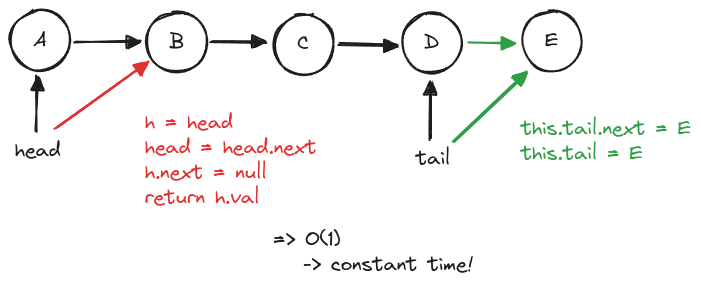
The Excalidraw diagram docs/sort/images/queue.excalidraw.png in ThomasCode92/fem-algorithms, before a commit. Source tidied: one line per element, renumbered; positions are measured from the earlier drawing's top-left corner, leaving out a move shared by most shapes. Source of this version:
```json
{"id": 0, "type": "ellipse", "strokeColor": "#1e1e1e", "strokeWidth": 2, "roughness": 1, "round": true, "x": 0, "y": 0, "width": 60, "height": 60}
{"id": 1, "type": "text", "text": "A", "strokeColor": "#1e1e1e", "strokeWidth": 2, "roughness": 1, "fontSize": 20, "fontFamily": 1, "textAlign": "center", "verticalAlign": "middle", "inside": 0, "x": 23, "y": 17, "width": 13, "height": 25}
{"id": 2, "type": "ellipse", "strokeColor": "#1e1e1e", "strokeWidth": 2, "roughness": 1, "round": true, "x": 137, "y": 2, "width": 60, "height": 60}
{"id": 3, "type": "text", "text": "B", "strokeColor": "#1e1e1e", "strokeWidth": 2, "roughness": 1, "fontSize": 20, "fontFamily": 1, "textAlign": "center", "verticalAlign": "middle", "inside": 2, "x": 160, "y": 19, "width": 15, "height": 25}
{"id": 4, "type": "ellipse", "strokeColor": "#1e1e1e", "strokeWidth": 2, "roughness": 1, "round": true, "x": 264, "y": 4, "width": 60, "height": 60}
{"id": 5, "type": "text", "text": "C", "strokeColor": "#1e1e1e", "strokeWidth": 2, "roughness": 1, "fontSize": 20, "fontFamily": 1, "textAlign": "center", "verticalAlign": "middle", "inside": 4, "x": 287, "y": 21, "width": 13, "height": 25}
{"id": 6, "type": "ellipse", "strokeColor": "#1e1e1e", "strokeWidth": 2, "roughness": 1, "round": true, "x": 392, "y": 3, "width": 60, "height": 60}
{"id": 7, "type": "text", "text": "D", "strokeColor": "#1e1e1e", "strokeWidth": 2, "roughness": 1, "fontSize": 20, "fontFamily": 1, "textAlign": "center", "verticalAlign": "middle", "inside": 6, "x": 414, "y": 20, "width": 16, "height": 25}
{"id": 8, "type": "ellipse", "strokeColor": "#1e1e1e", "strokeWidth": 2, "roughness": 1, "round": true, "x": 512, "y": 1, "width": 60, "height": 60}
{"id": 9, "type": "text", "text": "E", "strokeColor": "#1e1e1e", "strokeWidth": 2, "roughness": 1, "fontSize": 20, "fontFamily": 1, "textAlign": "center", "verticalAlign": "middle", "inside": 8, "x": 535, "y": 18, "width": 13, "height": 25}
{"id": 10, "type": "arrow", "strokeColor": "#1e1e1e", "strokeWidth": 2, "roughness": 1, "endArrowhead": "triangle", "round": true, "from": 0, "to": 2, "x": 65, "y": 32, "width": 65, "height": 1, "points": [[0, 0], [65, -1]]}
{"id": 11, "type": "arrow", "strokeColor": "#1e1e1e", "strokeWidth": 2, "roughness": 1, "endArrowhead": "triangle", "round": true, "from": 2, "to": 4, "x": 201, "y": 32, "width": 55, "height": 0, "points": [[0, 0], [55, 0]]}
{"id": 12, "type": "arrow", "strokeColor": "#1e1e1e", "strokeWidth": 2, "roughness": 1, "endArrowhead": "triangle", "round": true, "from": 4, "to": 6, "x": 329, "y": 34, "width": 57, "height": 1, "points": [[0, 0], [57, 1]]}
{"id": 13, "type": "text", "text": "head", "strokeColor": "#1e1e1e", "strokeWidth": 2, "roughness": 1, "fontSize": 20, "fontFamily": 1, "x": 5, "y": 128, "width": 46, "height": 25}
{"id": 14, "type": "text", "text": "tail", "strokeColor": "#1e1e1e", "strokeWidth": 2, "roughness": 1, "fontSize": 20, "fontFamily": 1, "x": 406, "y": 136, "width": 34, "height": 25}
{"id": 15, "type": "arrow", "strokeColor": "#1e1e1e", "strokeWidth": 2, "roughness": 1, "endArrowhead": "triangle", "round": true, "from": 13, "to": 0, "x": 26, "y": 121, "width": 1, "height": 55, "points": [[0, 0], [1, -55]]}
{"id": 16, "type": "arrow", "strokeColor": "#1e1e1e", "strokeWidth": 2, "roughness": 1, "endArrowhead": "triangle", "round": true, "from": 14, "to": 6, "x": 421, "y": 129, "width": 1, "height": 57, "points": [[0, 0], [-1, -57]]}
{"id": 17, "type": "arrow", "strokeColor": "#2f9e44", "strokeWidth": 2, "roughness": 1, "endArrowhead": "triangle", "round": true, "from": 6, "to": 8, "x": 459, "y": 32, "width": 46, "height": 1, "points": [[0, 0], [46, 1]]}
{"id": 18, "type": "arrow", "strokeColor": "#2f9e44", "strokeWidth": 2, "roughness": 1, "endArrowhead": "triangle", "round": true, "from": 14, "to": 8, "x": 444, "y": 131, "width": 73, "height": 69, "points": [[0, 0], [73, -69]]}
{"id": 19, "type": "text", "text": "this.tail.next = E\nthis.tail = E", "strokeColor": "#2f9e44", "strokeWidth": 2, "roughness": 1, "fontSize": 20, "fontFamily": 1, "x": 511, "y": 106, "width": 170, "height": 50}
{"id": 20, "type": "arrow", "strokeColor": "#e03131", "strokeWidth": 2, "roughness": 1, "endArrowhead": "triangle", "round": true, "from": 13, "to": 2, "x": 45, "y": 118, "width": 93, "height": 66, "points": [[0, 0], [93, -66]]}
{"id": 21, "type": "text", "text": "h = head\nhead = head.next\nh.next = null\nreturn h.val", "strokeColor": "#e03131", "strokeWidth": 2, "roughness": 1, "fontSize": 20, "fontFamily": 1, "x": 135, "y": 100, "width": 172, "height": 100}
{"id": 22, "type": "text", "text": "=> O(1)\n   -> constant time!", "strokeColor": "#1e1e1e", "strokeWidth": 2, "roughness": 1, "fontSize": 20, "fontFamily": 1, "x": 263, "y": 217, "width": 200, "height": 50}
```
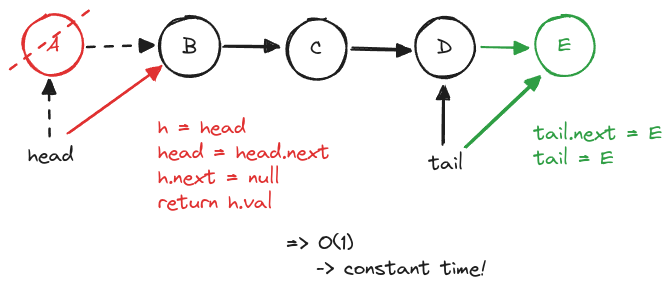
After the change.

Commit message:
Update Queue and Stack Schemas

Change to the diagram source:
```diff
@@ -1,23 +1,24 @@
-{"id": 0, "type": "ellipse", "strokeColor": "#1e1e1e", "strokeWidth": 2, "roughness": 1, "round": true, "x": 0, "y": 0, "width": 60, "height": 60}
+{"id": 0, "type": "ellipse", "strokeColor": "#e03131", "strokeWidth": 2, "roughness": 1, "round": true, "x": 0, "y": 0, "width": 60, "height": 60}
-{"id": 1, "type": "text", "text": "A", "strokeColor": "#1e1e1e", "strokeWidth": 2, "roughness": 1, "fontSize": 20, "fontFamily": 1, "textAlign": "center", "verticalAlign": "middle", "inside": 0, "x": 23, "y": 17, "width": 13, "height": 25}
+{"id": 1, "type": "text", "text": "A", "strokeColor": "#e03131", "strokeWidth": 2, "roughness": 1, "fontSize": 20, "fontFamily": 1, "textAlign": "center", "verticalAlign": "middle", "inside": 0, "x": 23, "y": 17, "width": 13, "height": 25}
 {"id": 2, "type": "ellipse", "strokeColor": "#1e1e1e", "strokeWidth": 2, "roughness": 1, "round": true, "x": 137, "y": 2, "width": 60, "height": 60}
 {"id": 3, "type": "text", "text": "B", "strokeColor": "#1e1e1e", "strokeWidth": 2, "roughness": 1, "fontSize": 20, "fontFamily": 1, "textAlign": "center", "verticalAlign": "middle", "inside": 2, "x": 160, "y": 19, "width": 15, "height": 25}
 {"id": 4, "type": "ellipse", "strokeColor": "#1e1e1e", "strokeWidth": 2, "roughness": 1, "round": true, "x": 264, "y": 4, "width": 60, "height": 60}
 {"id": 5, "type": "text", "text": "C", "strokeColor": "#1e1e1e", "strokeWidth": 2, "roughness": 1, "fontSize": 20, "fontFamily": 1, "textAlign": "center", "verticalAlign": "middle", "inside": 4, "x": 287, "y": 21, "width": 13, "height": 25}
 {"id": 6, "type": "ellipse", "strokeColor": "#1e1e1e", "strokeWidth": 2, "roughness": 1, "round": true, "x": 392, "y": 3, "width": 60, "height": 60}
 {"id": 7, "type": "text", "text": "D", "strokeColor": "#1e1e1e", "strokeWidth": 2, "roughness": 1, "fontSize": 20, "fontFamily": 1, "textAlign": "center", "verticalAlign": "middle", "inside": 6, "x": 414, "y": 20, "width": 16, "height": 25}
-{"id": 8, "type": "ellipse", "strokeColor": "#1e1e1e", "strokeWidth": 2, "roughness": 1, "round": true, "x": 512, "y": 1, "width": 60, "height": 60}
+{"id": 8, "type": "ellipse", "strokeColor": "#2f9e44", "strokeWidth": 2, "roughness": 1, "round": true, "x": 512, "y": 1, "width": 60, "height": 60}
-{"id": 9, "type": "text", "text": "E", "strokeColor": "#1e1e1e", "strokeWidth": 2, "roughness": 1, "fontSize": 20, "fontFamily": 1, "textAlign": "center", "verticalAlign": "middle", "inside": 8, "x": 535, "y": 18, "width": 13, "height": 25}
+{"id": 9, "type": "text", "text": "E", "strokeColor": "#2f9e44", "strokeWidth": 2, "roughness": 1, "fontSize": 20, "fontFamily": 1, "textAlign": "center", "verticalAlign": "middle", "inside": 8, "x": 535, "y": 18, "width": 13, "height": 25}
-{"id": 10, "type": "arrow", "strokeColor": "#1e1e1e", "strokeWidth": 2, "roughness": 1, "endArrowhead": "triangle", "round": true, "from": 0, "to": 2, "x": 65, "y": 32, "width": 65, "height": 1, "points": [[0, 0], [65, -1]]}
+{"id": 10, "type": "arrow", "strokeColor": "#1e1e1e", "strokeWidth": 2, "strokeStyle": "dashed", "roughness": 1, "endArrowhead": "triangle", "round": true, "from": 0, "to": 2, "x": 65, "y": 32, "width": 65, "height": 1, "points": [[0, 0], [65, -1]]}
 {"id": 11, "type": "arrow", "strokeColor": "#1e1e1e", "strokeWidth": 2, "roughness": 1, "endArrowhead": "triangle", "round": true, "from": 2, "to": 4, "x": 201, "y": 32, "width": 55, "height": 0, "points": [[0, 0], [55, 0]]}
 {"id": 12, "type": "arrow", "strokeColor": "#1e1e1e", "strokeWidth": 2, "roughness": 1, "endArrowhead": "triangle", "round": true, "from": 4, "to": 6, "x": 329, "y": 34, "width": 57, "height": 1, "points": [[0, 0], [57, 1]]}
 {"id": 13, "type": "text", "text": "head", "strokeColor": "#1e1e1e", "strokeWidth": 2, "roughness": 1, "fontSize": 20, "fontFamily": 1, "x": 5, "y": 128, "width": 46, "height": 25}
 {"id": 14, "type": "text", "text": "tail", "strokeColor": "#1e1e1e", "strokeWidth": 2, "roughness": 1, "fontSize": 20, "fontFamily": 1, "x": 406, "y": 136, "width": 34, "height": 25}
-{"id": 15, "type": "arrow", "strokeColor": "#1e1e1e", "strokeWidth": 2, "roughness": 1, "endArrowhead": "triangle", "round": true, "from": 13, "to": 0, "x": 26, "y": 121, "width": 1, "height": 55, "points": [[0, 0], [1, -55]]}
+{"id": 15, "type": "arrow", "strokeColor": "#1e1e1e", "strokeWidth": 2, "strokeStyle": "dashed", "roughness": 1, "endArrowhead": "triangle", "round": true, "from": 13, "to": 0, "x": 26, "y": 121, "width": 1, "height": 55, "points": [[0, 0], [1, -55]]}
 {"id": 16, "type": "arrow", "strokeColor": "#1e1e1e", "strokeWidth": 2, "roughness": 1, "endArrowhead": "triangle", "round": true, "from": 14, "to": 6, "x": 421, "y": 129, "width": 1, "height": 57, "points": [[0, 0], [-1, -57]]}
 {"id": 17, "type": "arrow", "strokeColor": "#2f9e44", "strokeWidth": 2, "roughness": 1, "endArrowhead": "triangle", "round": true, "from": 6, "to": 8, "x": 459, "y": 32, "width": 46, "height": 1, "points": [[0, 0], [46, 1]]}
-{"id": 18, "type": "arrow", "strokeColor": "#2f9e44", "strokeWidth": 2, "roughness": 1, "endArrowhead": "triangle", "round": true, "from": 14, "to": 8, "x": 444, "y": 131, "width": 73, "height": 69, "points": [[0, 0], [73, -69]]}
+{"id": 18, "type": "arrow", "strokeColor": "#2f9e44", "strokeWidth": 2, "roughness": 1, "endArrowhead": "triangle", "round": true, "from": 14, "to": 8, "x": 443, "y": 132, "width": 74, "height": 70, "points": [[0, 0], [74, -70]]}
-{"id": 19, "type": "text", "text": "this.tail.next = E\nthis.tail = E", "strokeColor": "#2f9e44", "strokeWidth": 2, "roughness": 1, "fontSize": 20, "fontFamily": 1, "x": 511, "y": 106, "width": 170, "height": 50}
+{"id": 19, "type": "text", "text": "tail.next = E\ntail = E", "strokeColor": "#2f9e44", "strokeWidth": 2, "roughness": 1, "fontSize": 20, "fontFamily": 1, "x": 511, "y": 106, "width": 128, "height": 50}
 {"id": 20, "type": "arrow", "strokeColor": "#e03131", "strokeWidth": 2, "roughness": 1, "endArrowhead": "triangle", "round": true, "from": 13, "to": 2, "x": 45, "y": 118, "width": 93, "height": 66, "points": [[0, 0], [93, -66]]}
 {"id": 21, "type": "text", "text": "h = head\nhead = head.next\nh.next = null\nreturn h.val", "strokeColor": "#e03131", "strokeWidth": 2, "roughness": 1, "fontSize": 20, "fontFamily": 1, "x": 135, "y": 100, "width": 172, "height": 100}
-{"id": 22, "type": "text", "text": "=> O(1)\n   -> constant time!", "strokeColor": "#1e1e1e", "strokeWidth": 2, "roughness": 1, "fontSize": 20, "fontFamily": 1, "x": 263, "y": 217, "width": 200, "height": 50}
+{"id": 22, "type": "text", "text": "=> O(1)\n   -> constant time!", "strokeColor": "#1e1e1e", "strokeWidth": 2, "roughness": 1, "fontSize": 20, "fontFamily": 1, "x": 263, "y": 216, "width": 200, "height": 50}
+{"id": 23, "type": "line", "strokeColor": "#e03131", "strokeWidth": 2, "strokeStyle": "dashed", "roughness": 1, "round": true, "x": -12, "y": 56, "width": 79, "height": 61, "points": [[0, 0], [79, -61]]}
```
